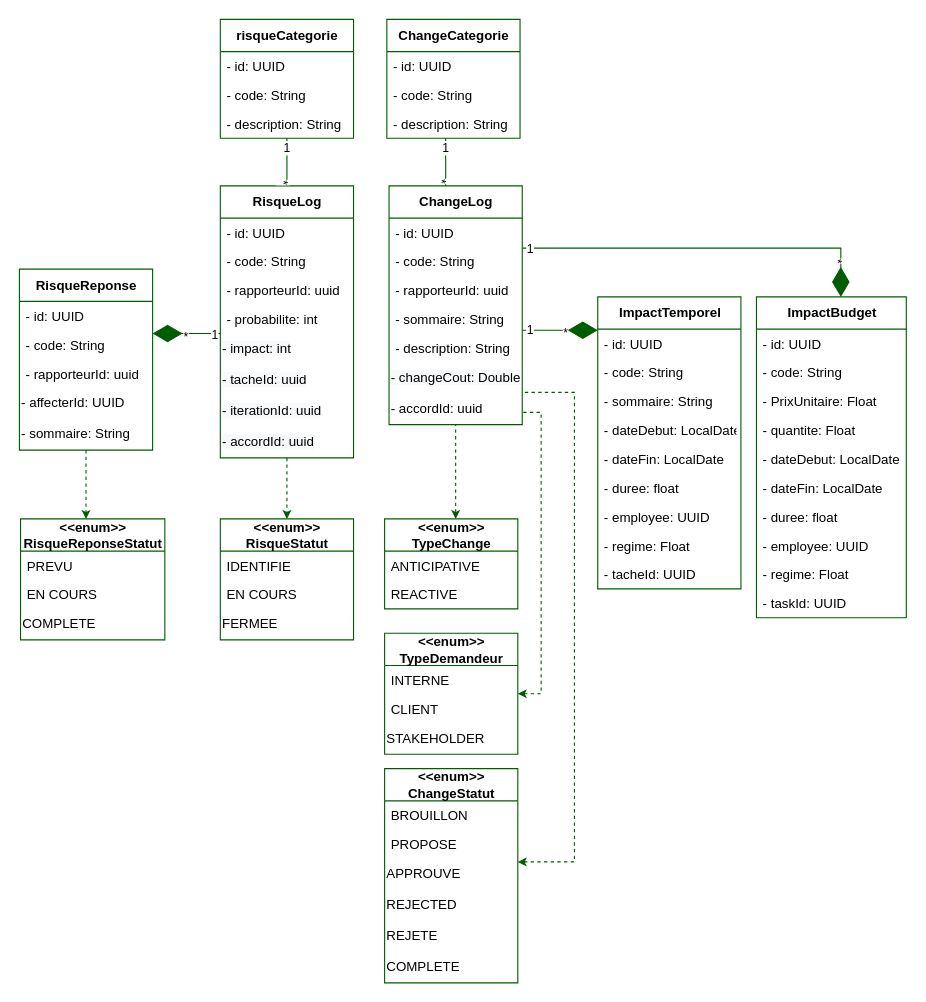
The draw.io diagram Change_Risk/Risque_Change_Fr_DiagrammeClasse.drawio in ZidiMedAmine/UML, before the edit. Source tidied: cells renumbered, new cells numbered last; positions are measured from the earlier drawing's top-left corner, leaving out a move shared by most shapes. Both pictures are drawn from the tidied source at 111%, with x=0, y=0 at pixel (19, 19).
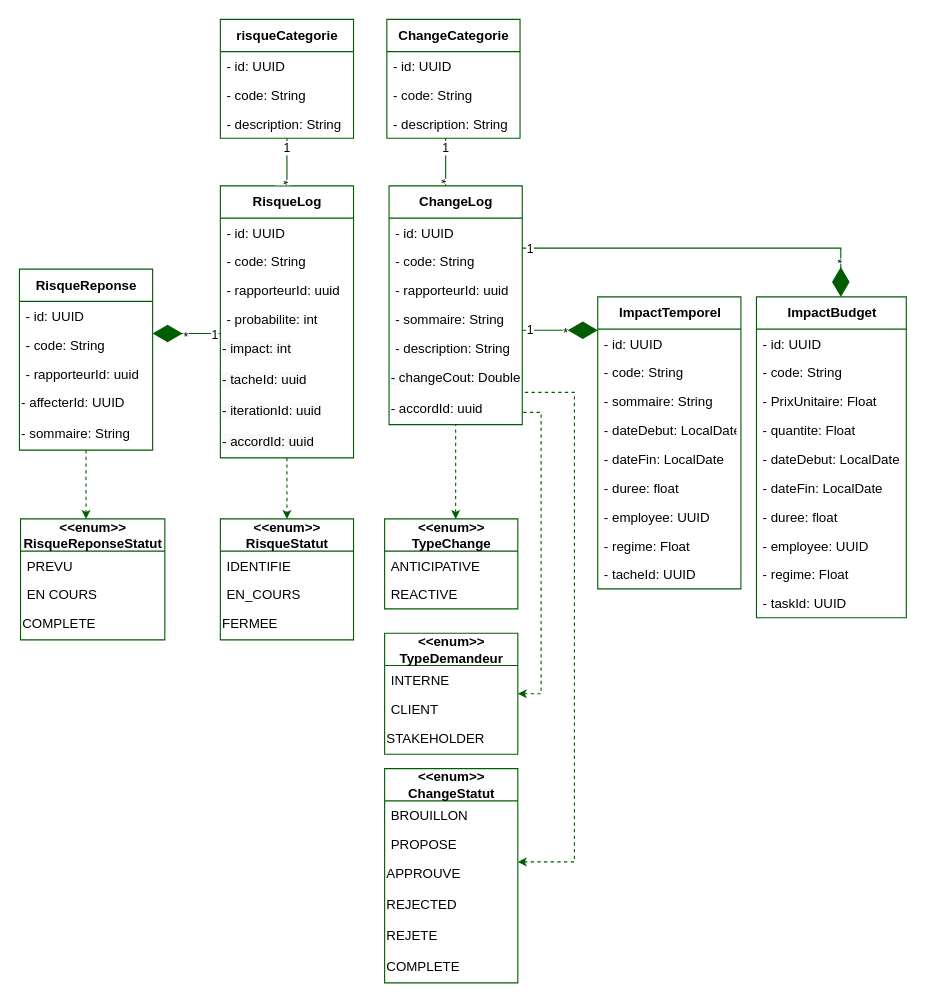
After the change.

Commit message:
Mettre à jour Risque_Change_Fr_DiagrammeClasse.drawio

The change refers to these unchanged cells:
```xml
<mxCell id="11" value="&lt;b&gt;&amp;lt;&amp;lt;enum&amp;gt;&amp;gt;&lt;br&gt;RisqueStatut&lt;/b&gt;" style="swimlane;fontStyle=0;align=center;verticalAlign=middle;horizontal=1;startSize=29;html=1;fontSize=12;labelPosition=center;verticalLabelPosition=middle;swimlaneLine=1;rounded=0;sketch=0;glass=0;strokeColor=#005C00;" parent="1" vertex="1">
  <mxGeometry x="181" y="450" width="120" height="109" as="geometry" />
</mxCell>
```

Diff of the diagram source:
```diff
@@
-    <mxCell id="13" value="EN COURS" style="text;strokeColor=none;fillColor=none;align=left;verticalAlign=top;spacingLeft=4;spacingRight=4;overflow=hidden;fontStyle=0;" parent="11" vertex="1">
+    <mxCell id="13" value="EN_COURS" style="text;strokeColor=none;fillColor=none;align=left;verticalAlign=top;spacingLeft=4;spacingRight=4;overflow=hidden;fontStyle=0;" parent="11" vertex="1">
       <mxGeometry y="55" width="120" height="26" as="geometry" />
     </mxCell>
```
